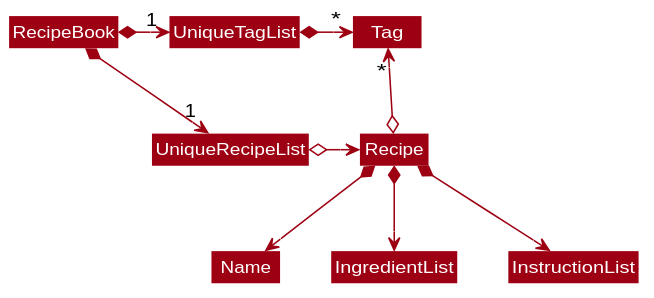
Earlier version of the PlantUML export docs/images/BetterModelClassDiagram.svg (nus-cs2103-AY1920S2/addressbook-level3).
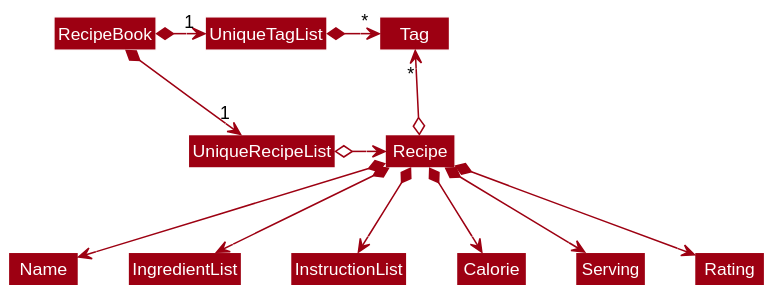
After the change.

Diff of the diagram source:
```diff
@@ -1,4 +1,4 @@
-@startuml
+@startuml BetterModelClassDiagram
 
 
 
@@ -47,7 +47,6 @@
 hide footbox
 hide members
 hide circle
-
 skinparam arrowThickness 1.1
 skinparam arrowColor #9D0012
 skinparam classBackgroundColor #9D0012
@@ -65,4 +64,7 @@
 Recipe *--> Name
 Recipe *--> IngredientList
 Recipe *--> InstructionList
+Recipe *--> Calorie
+Recipe *--> Serving
+Recipe *--> Rating
 @enduml
```
